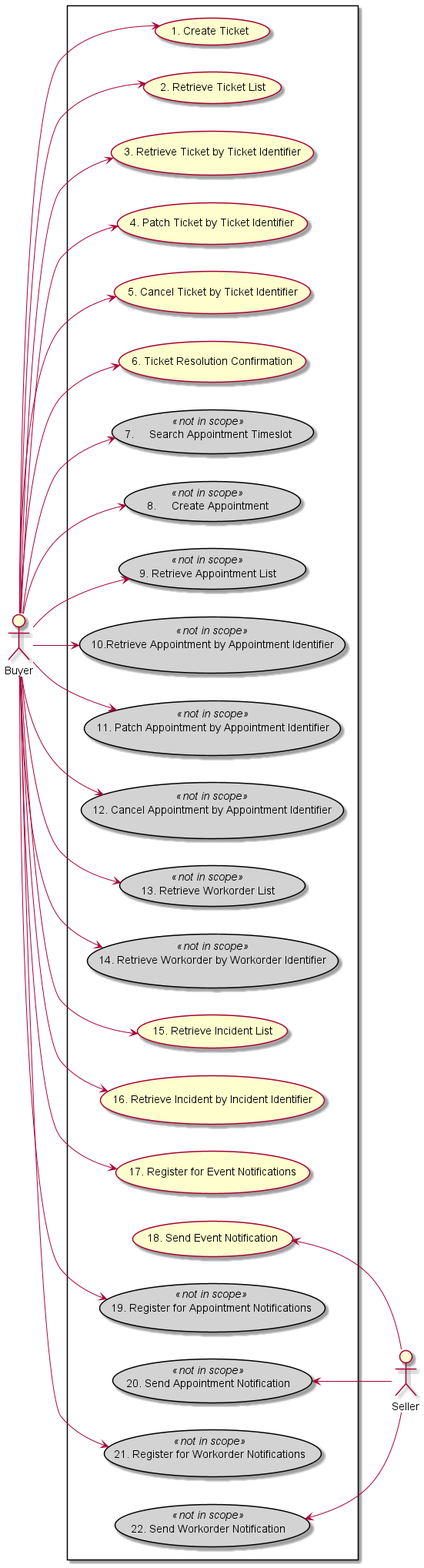
Before: documentation/productApi/troubleTicket/media/useCases.png, a diagram exported from PlantUML (MEF-GIT/MEF-LSO-Sonata-SDK).
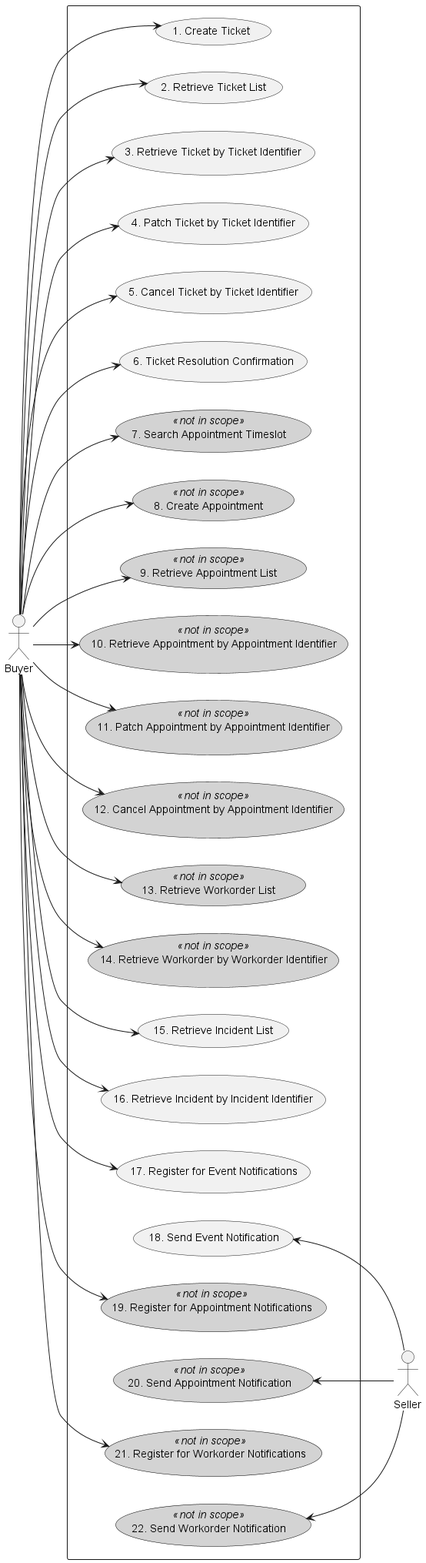
Later version of the same file.

Diff of the diagram source:
```diff
@@ -16,10 +16,10 @@
 (4. Patch Ticket by Ticket Identifier)
 (5. Cancel Ticket by Ticket Identifier)
 (6. Ticket Resolution Confirmation)
-(7.	Search Appointment Timeslot)<<not in scope>>
-(8.	Create Appointment)<<not in scope>>
+(7. Search Appointment Timeslot)<<not in scope>>
+(8. Create Appointment)<<not in scope>>
 (9. Retrieve Appointment List)<<not in scope>>
-(10.Retrieve Appointment by Appointment Identifier)<<not in scope>>
+(10. Retrieve Appointment by Appointment Identifier)<<not in scope>>
 (11. Patch Appointment by Appointment Identifier)<<not in scope>>
 (12. Cancel Appointment by Appointment Identifier)<<not in scope>>
 (13. Retrieve Workorder List)<<not in scope>>
@@ -39,10 +39,10 @@
 Buyer --> (4. Patch Ticket by Ticket Identifier)
 Buyer --> (5. Cancel Ticket by Ticket Identifier)
 Buyer --> (6. Ticket Resolution Confirmation)
-Buyer --> (7.	Search Appointment Timeslot)
-Buyer --> (8.	Create Appointment)
+Buyer --> (7. Search Appointment Timeslot)
+Buyer --> (8. Create Appointment)
 Buyer --> (9. Retrieve Appointment List)
-Buyer --> (10.Retrieve Appointment by Appointment Identifier)
+Buyer --> (10. Retrieve Appointment by Appointment Identifier)
 Buyer --> (11. Patch Appointment by Appointment Identifier)
 Buyer --> (12. Cancel Appointment by Appointment Identifier)
 Buyer --> (13. Retrieve Workorder List)
```
